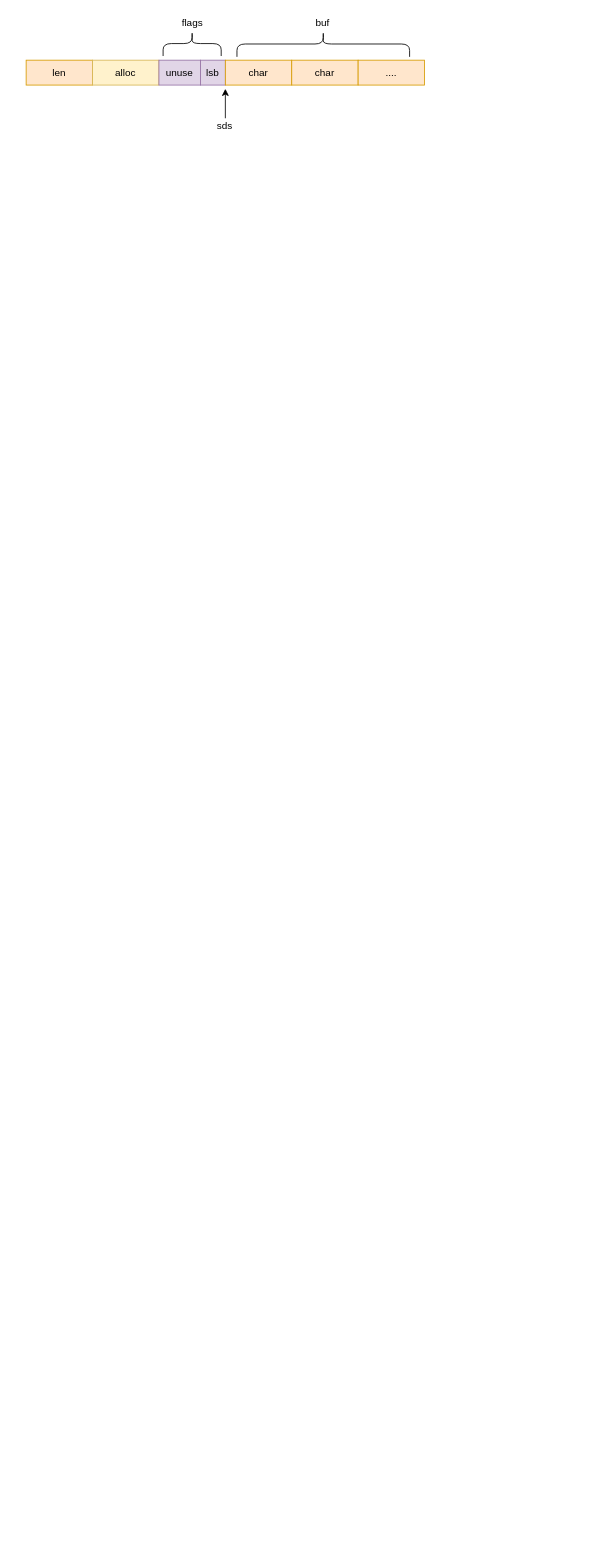
guozhaoxin/redis-src-code keeps this draw.io diagram as objects/uml/sds.drawio. Above is the earlier version. Source tidied: cells renumbered, new cells numbered last; positions are measured from the earlier drawing's top-left corner, leaving out a move shared by most shapes. Both pictures are drawn from the tidied source at 83%, with x=0, y=0 at pixel (26, -43).
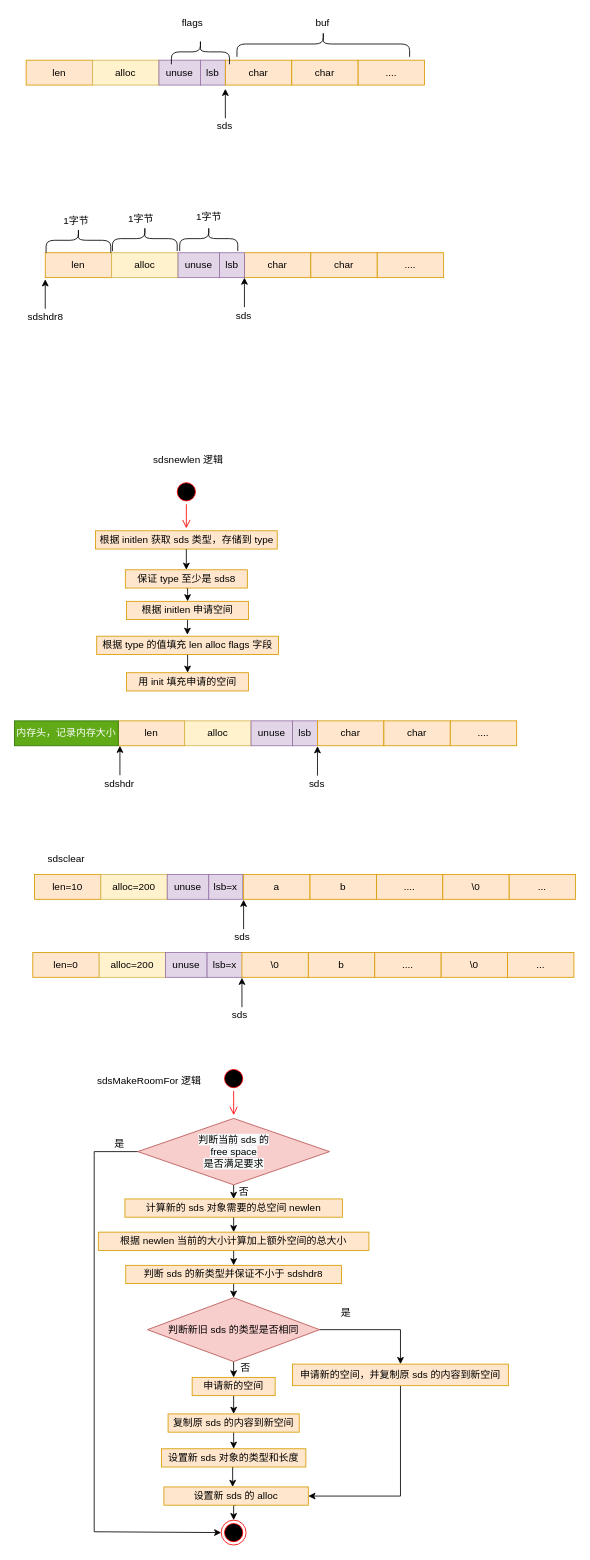
After the change.

Diff of the diagram source:
```diff
@@
     <mxCell id="6" style="shape=curlyBracket;whiteSpace=wrap;html=1;rounded=1;flipH=1;rotation=-90;" parent="1" vertex="1">
-      <mxGeometry x="185" y="69" width="30" height="70" as="geometry" />
+      <mxGeometry x="205" y="304" width="30" height="70" as="geometry" />
     </mxCell>
@@
+    <mxCell id="15" value="len" style="rounded=0;whiteSpace=wrap;html=1;fillColor=#ffe6cc;strokeColor=#d79b00;" parent="1" vertex="1">
+      <mxGeometry x="23" y="356" width="80" height="30" as="geometry" />
+    </mxCell>
+    <mxCell id="16" value="alloc" style="rounded=0;whiteSpace=wrap;html=1;fillColor=#fff2cc;strokeColor=#d6b656;" parent="1" vertex="1">
+      <mxGeometry x="103" y="356" width="80" height="30" as="geometry" />
+    </mxCell>
+    <mxCell id="17" value="unuse" style="rounded=0;whiteSpace=wrap;html=1;fillColor=#e1d5e7;strokeColor=#9673a6;" parent="1" vertex="1">
+      <mxGeometry x="183" y="356" width="50" height="30" as="geometry" />
+    </mxCell>
+    <mxCell id="18" value="char" style="rounded=0;whiteSpace=wrap;html=1;fillColor=#ffe6cc;strokeColor=#d79b00;" parent="1" vertex="1">
+      <mxGeometry x="263" y="356" width="80" height="30" as="geometry" />
+    </mxCell>
+    <mxCell id="19" value="char" style="rounded=0;whiteSpace=wrap;html=1;fillColor=#ffe6cc;strokeColor=#d79b00;" parent="1" vertex="1">
+      <mxGeometry x="343" y="356" width="80" height="30" as="geometry" />
+    </mxCell>
+    <mxCell id="20" value="...." style="rounded=0;whiteSpace=wrap;html=1;fillColor=#ffe6cc;strokeColor=#d79b00;" parent="1" vertex="1">
+      <mxGeometry x="423" y="356" width="80" height="30" as="geometry" />
+    </mxCell>
+    <mxCell id="21" value="lsb" style="rounded=0;whiteSpace=wrap;html=1;fillColor=#e1d5e7;strokeColor=#9673a6;" parent="1" vertex="1">
+      <mxGeometry x="233" y="356" width="30" height="30" as="geometry" />
+    </mxCell>
+    <mxCell id="22" style="endArrow=classic;html=1;rounded=0;" parent="1" edge="1">
+      <mxGeometry relative="1" as="geometry">
+        <mxPoint x="263" y="421.5" as="sourcePoint" />
+        <mxPoint x="263" y="386" as="targetPoint" />
+      </mxGeometry>
+    </mxCell>
+    <mxCell id="23" value="sds" style="text;html=1;align=center;verticalAlign=middle;fillColor=none;strokeColor=none;rounded=0;" parent="1" vertex="1">
+      <mxGeometry x="247" y="421.5" width="30" height="20" as="geometry" />
+    </mxCell>
+    <mxCell id="24" style="shape=curlyBracket;whiteSpace=wrap;html=1;rounded=1;flipH=1;rotation=-90;" parent="1" vertex="1">
+      <mxGeometry x="195" y="79" width="30" height="70" as="geometry" />
+    </mxCell>
+    <mxCell id="25" value="1字节" style="text;html=1;align=center;verticalAlign=middle;strokeColor=none;fillColor=none;" parent="1" vertex="1">
+      <mxGeometry x="199.5" y="304" width="41" height="18" as="geometry" />
+    </mxCell>
+    <mxCell id="26" style="shape=curlyBracket;whiteSpace=wrap;html=1;rounded=1;flipH=1;rotation=-90;" parent="1" vertex="1">
+      <mxGeometry x="48" y="302" width="30" height="78" as="geometry" />
+    </mxCell>
+    <mxCell id="27" value="1字节" style="text;html=1;align=center;verticalAlign=middle;strokeColor=none;fillColor=none;" parent="1" vertex="1">
+      <mxGeometry x="39" y="309" width="41" height="18" as="geometry" />
+    </mxCell>
+    <mxCell id="28" style="shape=curlyBracket;whiteSpace=wrap;html=1;rounded=1;flipH=1;rotation=-90;" parent="1" vertex="1">
+      <mxGeometry x="128" y="300" width="30" height="78" as="geometry" />
+    </mxCell>
+    <mxCell id="29" value="1字节" style="text;html=1;align=center;verticalAlign=middle;strokeColor=none;fillColor=none;" parent="1" vertex="1">
+      <mxGeometry x="117" y="307" width="41" height="18" as="geometry" />
+    </mxCell>
+    <mxCell id="30" style="endArrow=classic;html=1;rounded=0;" parent="1" edge="1">
+      <mxGeometry relative="1" as="geometry">
+        <mxPoint x="23" y="423.5" as="sourcePoint" />
+        <mxPoint x="23" y="388" as="targetPoint" />
+      </mxGeometry>
+    </mxCell>
+    <mxCell id="31" value="sdshdr8" style="text;html=1;align=center;verticalAlign=middle;fillColor=none;strokeColor=none;rounded=0;" parent="1" vertex="1">
+      <mxGeometry x="-4" y="424.5" width="53" height="18" as="geometry" />
+    </mxCell>
+    <mxCell id="32" style="ellipse;html=1;shape=startState;fillColor=#000000;strokeColor=#ff0000;" parent="1" vertex="1">
+      <mxGeometry x="178" y="629" width="30" height="30" as="geometry" />
+    </mxCell>
+    <mxCell id="33" style="edgeStyle=orthogonalEdgeStyle;html=1;verticalAlign=bottom;endArrow=open;endSize=8;strokeColor=#ff0000;rounded=0;" parent="1" edge="1" source="32">
+      <mxGeometry relative="1" as="geometry">
+        <mxPoint x="193" y="688" as="targetPoint" />
+      </mxGeometry>
+    </mxCell>
+    <mxCell id="34" value="根据 initlen 获取 sds 类型，存储到 type" style="rounded=0;whiteSpace=wrap;html=1;fillColor=#ffe6cc;strokeColor=#d79b00;" parent="1" vertex="1">
+      <mxGeometry x="83.5" y="691" width="219" height="22" as="geometry" />
+    </mxCell>
+    <mxCell id="35" style="edgeStyle=orthogonalEdgeStyle;rounded=0;jettySize=auto;html=1;exitX=0.5;exitY=1;exitDx=0;exitDy=0;entryX=0.5;entryY=0;entryDx=0;entryDy=0;" parent="1" edge="1" source="36" target="39">
+      <mxGeometry relative="1" as="geometry" />
+    </mxCell>
+    <mxCell id="36" value="保证 type 至少是 sds8" style="rounded=0;whiteSpace=wrap;html=1;fillColor=#ffe6cc;strokeColor=#d79b00;" parent="1" vertex="1">
+      <mxGeometry x="119.5" y="738" width="147" height="22" as="geometry" />
+    </mxCell>
+    <mxCell id="37" style="endArrow=classic;html=1;rounded=0;exitX=0.5;exitY=1;exitDx=0;exitDy=0;" parent="1" edge="1" source="34" target="36">
+      <mxGeometry relative="1" as="geometry" />
+    </mxCell>
+    <mxCell id="38" style="edgeStyle=orthogonalEdgeStyle;rounded=0;jettySize=auto;html=1;exitX=0.5;exitY=1;exitDx=0;exitDy=0;" parent="1" edge="1" source="39">
+      <mxGeometry relative="1" as="geometry">
+        <mxPoint x="194.2" y="816.3" as="targetPoint" />
+      </mxGeometry>
+    </mxCell>
+    <mxCell id="39" value="根据 initlen 申请空间" style="rounded=0;whiteSpace=wrap;html=1;fillColor=#ffe6cc;strokeColor=#d79b00;" parent="1" vertex="1">
+      <mxGeometry x="121" y="776" width="147" height="22" as="geometry" />
+    </mxCell>
+    <mxCell id="40" value="用 init 填充申请的空间" style="rounded=0;whiteSpace=wrap;html=1;fillColor=#ffe6cc;strokeColor=#d79b00;" parent="1" vertex="1">
+      <mxGeometry x="121" y="862" width="147" height="22" as="geometry" />
+    </mxCell>
+    <mxCell id="41" style="edgeStyle=orthogonalEdgeStyle;rounded=0;jettySize=auto;html=1;exitX=0.5;exitY=1;exitDx=0;exitDy=0;entryX=0.5;entryY=0;entryDx=0;entryDy=0;" parent="1" edge="1" source="42" target="40">
+      <mxGeometry relative="1" as="geometry" />
+    </mxCell>
+    <mxCell id="42" value="根据 type 的值填充 len alloc flags 字段" style="rounded=0;whiteSpace=wrap;html=1;fillColor=#ffe6cc;strokeColor=#d79b00;" parent="1" vertex="1">
+      <mxGeometry x="85" y="818" width="219" height="22" as="geometry" />
+    </mxCell>
+    <mxCell id="43" value="sdsnewlen 逻辑" style="text;html=1;align=center;verticalAlign=middle;strokeColor=none;fillColor=none;" parent="1" vertex="1">
+      <mxGeometry x="148" y="597" width="94" height="18" as="geometry" />
+    </mxCell>
+    <mxCell id="44" value="len" style="rounded=0;whiteSpace=wrap;html=1;fillColor=#ffe6cc;strokeColor=#d79b00;" parent="1" vertex="1">
+      <mxGeometry x="111" y="920" width="80" height="30" as="geometry" />
+    </mxCell>
+    <mxCell id="45" value="alloc" style="rounded=0;whiteSpace=wrap;html=1;fillColor=#fff2cc;strokeColor=#d6b656;" parent="1" vertex="1">
+      <mxGeometry x="191" y="920" width="80" height="30" as="geometry" />
+    </mxCell>
+    <mxCell id="46" value="unuse" style="rounded=0;whiteSpace=wrap;html=1;fillColor=#e1d5e7;strokeColor=#9673a6;" parent="1" vertex="1">
+      <mxGeometry x="271" y="920" width="50" height="30" as="geometry" />
+    </mxCell>
+    <mxCell id="47" value="lsb" style="rounded=0;whiteSpace=wrap;html=1;fillColor=#e1d5e7;strokeColor=#9673a6;" parent="1" vertex="1">
+      <mxGeometry x="321" y="920" width="30" height="30" as="geometry" />
+    </mxCell>
+    <mxCell id="48" value="char" style="rounded=0;whiteSpace=wrap;html=1;fillColor=#ffe6cc;strokeColor=#d79b00;" parent="1" vertex="1">
+      <mxGeometry x="351" y="920" width="80" height="30" as="geometry" />
+    </mxCell>
+    <mxCell id="49" value="char" style="rounded=0;whiteSpace=wrap;html=1;fillColor=#ffe6cc;strokeColor=#d79b00;" parent="1" vertex="1">
+      <mxGeometry x="431" y="920" width="80" height="30" as="geometry" />
+    </mxCell>
+    <mxCell id="50" value="...." style="rounded=0;whiteSpace=wrap;html=1;fillColor=#ffe6cc;strokeColor=#d79b00;" parent="1" vertex="1">
+      <mxGeometry x="511" y="920" width="80" height="30" as="geometry" />
+    </mxCell>
+    <mxCell id="51" style="endArrow=classic;html=1;rounded=0;" parent="1" edge="1">
+      <mxGeometry relative="1" as="geometry">
+        <mxPoint x="351" y="986" as="sourcePoint" />
+        <mxPoint x="351" y="950.5" as="targetPoint" />
+      </mxGeometry>
+    </mxCell>
+    <mxCell id="52" value="sds" style="text;html=1;align=center;verticalAlign=middle;fillColor=none;strokeColor=none;rounded=0;" parent="1" vertex="1">
+      <mxGeometry x="335" y="986" width="30" height="20" as="geometry" />
+    </mxCell>
+    <mxCell id="53" value="内存头，记录内存大小" style="rounded=0;whiteSpace=wrap;html=1;fillColor=#60a917;strokeColor=#2D7600;fontColor=#ffffff;" parent="1" vertex="1">
+      <mxGeometry x="-14" y="920" width="125" height="30" as="geometry" />
+    </mxCell>
+    <mxCell id="54" style="endArrow=classic;html=1;rounded=0;" parent="1" edge="1">
+      <mxGeometry relative="1" as="geometry">
+        <mxPoint x="113" y="985.5" as="sourcePoint" />
+        <mxPoint x="113" y="950" as="targetPoint" />
+      </mxGeometry>
+    </mxCell>
+    <mxCell id="55" value="sdshdr" style="text;html=1;align=center;verticalAlign=middle;fillColor=none;strokeColor=none;rounded=0;" parent="1" vertex="1">
+      <mxGeometry x="89" y="986.5" width="46" height="18" as="geometry" />
+    </mxCell>
+    <mxCell id="56" value="len=10" style="rounded=0;whiteSpace=wrap;html=1;fillColor=#ffe6cc;strokeColor=#d79b00;" parent="1" vertex="1">
+      <mxGeometry x="10" y="1105" width="80" height="30" as="geometry" />
+    </mxCell>
+    <mxCell id="57" value="alloc=200" style="rounded=0;whiteSpace=wrap;html=1;fillColor=#fff2cc;strokeColor=#d6b656;" parent="1" vertex="1">
+      <mxGeometry x="90" y="1105" width="80" height="30" as="geometry" />
+    </mxCell>
+    <mxCell id="58" value="unuse" style="rounded=0;whiteSpace=wrap;html=1;fillColor=#e1d5e7;strokeColor=#9673a6;" parent="1" vertex="1">
+      <mxGeometry x="170" y="1105" width="50" height="30" as="geometry" />
+    </mxCell>
+    <mxCell id="59" value="lsb=x" style="rounded=0;whiteSpace=wrap;html=1;fillColor=#e1d5e7;strokeColor=#9673a6;" parent="1" vertex="1">
+      <mxGeometry x="220" y="1105" width="41" height="30" as="geometry" />
+    </mxCell>
+    <mxCell id="60" value="a" style="rounded=0;whiteSpace=wrap;html=1;fillColor=#ffe6cc;strokeColor=#d79b00;" parent="1" vertex="1">
+      <mxGeometry x="262" y="1105" width="80" height="30" as="geometry" />
+    </mxCell>
+    <mxCell id="61" value="b" style="rounded=0;whiteSpace=wrap;html=1;fillColor=#ffe6cc;strokeColor=#d79b00;" parent="1" vertex="1">
+      <mxGeometry x="342" y="1105" width="80" height="30" as="geometry" />
+    </mxCell>
+    <mxCell id="62" value="...." style="rounded=0;whiteSpace=wrap;html=1;fillColor=#ffe6cc;strokeColor=#d79b00;" parent="1" vertex="1">
+      <mxGeometry x="422" y="1105" width="80" height="30" as="geometry" />
+    </mxCell>
+    <mxCell id="63" style="endArrow=classic;html=1;rounded=0;" parent="1" edge="1">
+      <mxGeometry relative="1" as="geometry">
+        <mxPoint x="262" y="1171" as="sourcePoint" />
+        <mxPoint x="262" y="1135.5" as="targetPoint" />
+      </mxGeometry>
+    </mxCell>
+    <mxCell id="64" value="sds" style="text;html=1;align=center;verticalAlign=middle;fillColor=none;strokeColor=none;rounded=0;" parent="1" vertex="1">
+      <mxGeometry x="245" y="1171" width="30" height="20" as="geometry" />
+    </mxCell>
+    <mxCell id="65" value="\0" style="rounded=0;whiteSpace=wrap;html=1;fillColor=#ffe6cc;strokeColor=#d79b00;" parent="1" vertex="1">
+      <mxGeometry x="502" y="1105" width="80" height="30" as="geometry" />
+    </mxCell>
+    <mxCell id="66" value="..." style="rounded=0;whiteSpace=wrap;html=1;fillColor=#ffe6cc;strokeColor=#d79b00;" parent="1" vertex="1">
+      <mxGeometry x="582" y="1105" width="80" height="30" as="geometry" />
+    </mxCell>
+    <mxCell id="67" value="len=0" style="rounded=0;whiteSpace=wrap;html=1;fillColor=#ffe6cc;strokeColor=#d79b00;" parent="1" vertex="1">
+      <mxGeometry x="8" y="1199" width="80" height="30" as="geometry" />
+    </mxCell>
+    <mxCell id="68" value="alloc=200" style="rounded=0;whiteSpace=wrap;html=1;fillColor=#fff2cc;strokeColor=#d6b656;" parent="1" vertex="1">
+      <mxGeometry x="88" y="1199" width="80" height="30" as="geometry" />
+    </mxCell>
+    <mxCell id="69" value="unuse" style="rounded=0;whiteSpace=wrap;html=1;fillColor=#e1d5e7;strokeColor=#9673a6;" parent="1" vertex="1">
+      <mxGeometry x="168" y="1199" width="50" height="30" as="geometry" />
+    </mxCell>
+    <mxCell id="70" value="lsb=x" style="rounded=0;whiteSpace=wrap;html=1;fillColor=#e1d5e7;strokeColor=#9673a6;" parent="1" vertex="1">
+      <mxGeometry x="218" y="1199" width="43" height="30" as="geometry" />
+    </mxCell>
+    <mxCell id="71" value="\0" style="rounded=0;whiteSpace=wrap;html=1;fillColor=#ffe6cc;strokeColor=#d79b00;" parent="1" vertex="1">
+      <mxGeometry x="260" y="1199" width="80" height="30" as="geometry" />
+    </mxCell>
+    <mxCell id="72" value="b" style="rounded=0;whiteSpace=wrap;html=1;fillColor=#ffe6cc;strokeColor=#d79b00;" parent="1" vertex="1">
+      <mxGeometry x="340" y="1199" width="80" height="30" as="geometry" />
+    </mxCell>
+    <mxCell id="73" value="...." style="rounded=0;whiteSpace=wrap;html=1;fillColor=#ffe6cc;strokeColor=#d79b00;" parent="1" vertex="1">
+      <mxGeometry x="420" y="1199" width="80" height="30" as="geometry" />
+    </mxCell>
+    <mxCell id="74" style="endArrow=classic;html=1;rounded=0;" parent="1" edge="1">
+      <mxGeometry relative="1" as="geometry">
+        <mxPoint x="260" y="1265" as="sourcePoint" />
+        <mxPoint x="260" y="1229.5" as="targetPoint" />
+      </mxGeometry>
+    </mxCell>
+    <mxCell id="75" value="sds" style="text;html=1;align=center;verticalAlign=middle;fillColor=none;strokeColor=none;rounded=0;" parent="1" vertex="1">
+      <mxGeometry x="242" y="1265" width="30" height="20" as="geometry" />
+    </mxCell>
+    <mxCell id="76" value="\0" style="rounded=0;whiteSpace=wrap;html=1;fillColor=#ffe6cc;strokeColor=#d79b00;" parent="1" vertex="1">
+      <mxGeometry x="500" y="1199" width="80" height="30" as="geometry" />
+    </mxCell>
+    <mxCell id="77" value="..." style="rounded=0;whiteSpace=wrap;html=1;fillColor=#ffe6cc;strokeColor=#d79b00;" parent="1" vertex="1">
+      <mxGeometry x="580" y="1199" width="80" height="30" as="geometry" />
+    </mxCell>
+    <mxCell id="78" value="sdsclear" style="text;html=1;align=center;verticalAlign=middle;strokeColor=none;fillColor=none;" parent="1" vertex="1">
+      <mxGeometry x="20.5" y="1077" width="55" height="18" as="geometry" />
+    </mxCell>
+    <mxCell id="79" style="ellipse;html=1;shape=startState;fillColor=#000000;strokeColor=#ff0000;" parent="1" vertex="1">
+      <mxGeometry x="235" y="1336" width="30" height="30" as="geometry" />
+    </mxCell>
+    <mxCell id="80" style="edgeStyle=orthogonalEdgeStyle;html=1;verticalAlign=bottom;endArrow=open;endSize=8;strokeColor=#ff0000;rounded=0;" parent="1" edge="1" source="79">
+      <mxGeometry relative="1" as="geometry">
+        <mxPoint x="250" y="1395" as="targetPoint" />
+      </mxGeometry>
+    </mxCell>
+    <mxCell id="81" value="sdsMakeRoomFor 逻辑" style="text;html=1;align=center;verticalAlign=middle;strokeColor=none;fillColor=none;" parent="1" vertex="1">
+      <mxGeometry x="80" y="1345" width="135" height="18" as="geometry" />
+    </mxCell>
+    <mxCell id="82" style="edgeStyle=orthogonalEdgeStyle;rounded=0;jettySize=auto;html=1;exitX=0.5;exitY=1;exitDx=0;exitDy=0;entryX=0.5;entryY=0;entryDx=0;entryDy=0;" parent="1" edge="1" source="83" target="89">
+      <mxGeometry relative="1" as="geometry" />
+    </mxCell>
+    <mxCell id="83" value="计算新的 sds 对象需要的总空间 newlen" style="rounded=0;whiteSpace=wrap;html=1;fillColor=#ffe6cc;strokeColor=#d79b00;" parent="1" vertex="1">
+      <mxGeometry x="119" y="1496" width="262" height="22" as="geometry" />
+    </mxCell>
+    <mxCell id="84" style="edgeStyle=orthogonalEdgeStyle;rounded=0;jettySize=auto;html=1;exitX=0.5;exitY=1;exitDx=0;exitDy=0;entryX=0.5;entryY=0;entryDx=0;entryDy=0;" parent="1" edge="1" source="86" target="83">
+      <mxGeometry relative="1" as="geometry" />
+    </mxCell>
+    <mxCell id="85" style="edgeStyle=orthogonalEdgeStyle;rounded=0;jettySize=auto;html=1;exitX=0;exitY=0.5;exitDx=0;exitDy=0;entryX=0;entryY=0.5;entryDx=0;entryDy=0;" parent="1" edge="1" source="86" target="87">
+      <mxGeometry relative="1" as="geometry">
+        <Array as="points">
+          <mxPoint x="82" y="1439" />
+          <mxPoint x="82" y="1897" />
+          <mxPoint x="235" y="1897" />
+        </Array>
+      </mxGeometry>
+    </mxCell>
+    <mxCell id="86" value="&lt;span style=&quot;color: rgb(0, 0, 0); font-family: Helvetica; font-size: 12px; font-style: normal; font-variant-ligatures: normal; font-variant-caps: normal; font-weight: 400; letter-spacing: normal; orphans: 2; text-align: center; text-indent: 0px; text-transform: none; widows: 2; word-spacing: 0px; -webkit-text-stroke-width: 0px; background-color: rgb(248, 249, 250); text-decoration-thickness: initial; text-decoration-style: initial; text-decoration-color: initial; float: none; display: inline !important;&quot;&gt;判断当前 sds 的 &lt;br&gt;free space &lt;br&gt;是否满足要求&lt;/span&gt;" style="rhombus;whiteSpace=wrap;html=1;fillColor=#f8cecc;strokeColor=#b85450;" parent="1" vertex="1">
+      <mxGeometry x="134.5" y="1399" width="231" height="80" as="geometry" />
+    </mxCell>
+    <mxCell id="87" style="ellipse;html=1;shape=endState;fillColor=#000000;strokeColor=#ff0000;" parent="1" vertex="1">
+      <mxGeometry x="235" y="1883" width="30" height="30" as="geometry" />
+    </mxCell>
+    <mxCell id="88" style="edgeStyle=orthogonalEdgeStyle;rounded=0;jettySize=auto;html=1;exitX=0.5;exitY=1;exitDx=0;exitDy=0;entryX=0.5;entryY=0;entryDx=0;entryDy=0;" parent="1" edge="1" source="89" target="91">
+      <mxGeometry relative="1" as="geometry" />
+    </mxCell>
+    <mxCell id="89" value="根据 newlen 当前的大小计算加上额外空间的总大小" style="rounded=0;whiteSpace=wrap;html=1;fillColor=#ffe6cc;strokeColor=#d79b00;" parent="1" vertex="1">
+      <mxGeometry x="87" y="1536" width="326" height="22" as="geometry" />
+    </mxCell>
+    <mxCell id="90" style="edgeStyle=orthogonalEdgeStyle;rounded=0;jettySize=auto;html=1;exitX=0.5;exitY=1;exitDx=0;exitDy=0;entryX=0.5;entryY=0;entryDx=0;entryDy=0;" parent="1" edge="1" source="91" target="94">
+      <mxGeometry relative="1" as="geometry" />
+    </mxCell>
+    <mxCell id="91" value="判断 sds 的新类型并保证不小于 sdshdr8" style="rounded=0;whiteSpace=wrap;html=1;fillColor=#ffe6cc;strokeColor=#d79b00;" parent="1" vertex="1">
+      <mxGeometry x="120" y="1576" width="260" height="22" as="geometry" />
+    </mxCell>
+    <mxCell id="92" style="edgeStyle=orthogonalEdgeStyle;rounded=0;jettySize=auto;html=1;exitX=0.5;exitY=1;exitDx=0;exitDy=0;entryX=0.5;entryY=0;entryDx=0;entryDy=0;" parent="1" edge="1" source="94" target="98">
+      <mxGeometry relative="1" as="geometry" />
+    </mxCell>
+    <mxCell id="93" style="edgeStyle=orthogonalEdgeStyle;rounded=0;jettySize=auto;html=1;exitX=1;exitY=0.5;exitDx=0;exitDy=0;entryX=0.5;entryY=0;entryDx=0;entryDy=0;" parent="1" edge="1" source="94" target="96">
+      <mxGeometry relative="1" as="geometry" />
+    </mxCell>
+    <mxCell id="94" value="判断新旧 sds 的类型是否相同" style="rhombus;whiteSpace=wrap;html=1;fillColor=#f8cecc;strokeColor=#b85450;" parent="1" vertex="1">
+      <mxGeometry x="146.2" y="1615" width="207.5" height="77" as="geometry" />
+    </mxCell>
+    <mxCell id="95" style="edgeStyle=orthogonalEdgeStyle;rounded=0;jettySize=auto;html=1;exitX=0.5;exitY=1;exitDx=0;exitDy=0;entryX=1;entryY=0.5;entryDx=0;entryDy=0;" parent="1" edge="1" source="96" target="104">
+      <mxGeometry relative="1" as="geometry" />
+    </mxCell>
+    <mxCell id="96" value="申请新的空间，并复制原 sds 的内容到新空间" style="rounded=0;whiteSpace=wrap;html=1;fillColor=#ffe6cc;strokeColor=#d79b00;" parent="1" vertex="1">
+      <mxGeometry x="321" y="1695" width="260" height="26" as="geometry" />
+    </mxCell>
+    <mxCell id="97" style="edgeStyle=orthogonalEdgeStyle;rounded=0;jettySize=auto;html=1;exitX=0.5;exitY=1;exitDx=0;exitDy=0;entryX=0.5;entryY=0;entryDx=0;entryDy=0;" parent="1" edge="1" source="98" target="100">
+      <mxGeometry relative="1" as="geometry" />
+    </mxCell>
+    <mxCell id="98" value="申请新的空间" style="rounded=0;whiteSpace=wrap;html=1;fillColor=#ffe6cc;strokeColor=#d79b00;" parent="1" vertex="1">
+      <mxGeometry x="200" y="1711" width="100" height="22" as="geometry" />
+    </mxCell>
+    <mxCell id="99" style="edgeStyle=orthogonalEdgeStyle;rounded=0;jettySize=auto;html=1;exitX=0.5;exitY=1;exitDx=0;exitDy=0;entryX=0.5;entryY=0;entryDx=0;entryDy=0;" parent="1" edge="1" source="100" target="102">
+      <mxGeometry relative="1" as="geometry" />
+    </mxCell>
+    <mxCell id="100" value="复制原 sds 的内容到新空间" style="rounded=0;whiteSpace=wrap;html=1;fillColor=#ffe6cc;strokeColor=#d79b00;" parent="1" vertex="1">
+      <mxGeometry x="171" y="1755" width="158" height="22" as="geometry" />
+    </mxCell>
+    <mxCell id="101" style="edgeStyle=orthogonalEdgeStyle;rounded=0;jettySize=auto;html=1;exitX=0.5;exitY=1;exitDx=0;exitDy=0;entryX=0.476;entryY=0;entryDx=0;entryDy=0;entryPerimeter=0;" parent="1" edge="1" source="102" target="104">
+      <mxGeometry relative="1" as="geometry" />
+    </mxCell>
+    <mxCell id="102" value="设置新 sds 对象的类型和长度" style="rounded=0;whiteSpace=wrap;html=1;fillColor=#ffe6cc;strokeColor=#d79b00;" parent="1" vertex="1">
+      <mxGeometry x="163" y="1797" width="174" height="22" as="geometry" />
+    </mxCell>
+    <mxCell id="103" style="edgeStyle=orthogonalEdgeStyle;rounded=0;jettySize=auto;html=1;exitX=0.5;exitY=1;exitDx=0;exitDy=0;entryX=0.5;entryY=0;entryDx=0;entryDy=0;" parent="1" edge="1" source="104" target="87">
+      <mxGeometry relative="1" as="geometry" />
+    </mxCell>
+    <mxCell id="104" value="设置新 sds 的 alloc" style="rounded=0;whiteSpace=wrap;html=1;fillColor=#ffe6cc;strokeColor=#d79b00;" parent="1" vertex="1">
+      <mxGeometry x="166" y="1843" width="174" height="22" as="geometry" />
+    </mxCell>
+    <mxCell id="105" value="是" style="text;html=1;align=center;verticalAlign=middle;strokeColor=none;fillColor=none;" parent="1" vertex="1">
+      <mxGeometry x="101" y="1421" width="22" height="18" as="geometry" />
+    </mxCell>
+    <mxCell id="106" value="否" style="text;html=1;align=center;verticalAlign=middle;strokeColor=none;fillColor=none;" parent="1" vertex="1">
+      <mxGeometry x="251" y="1479" width="22" height="18" as="geometry" />
+    </mxCell>
+    <mxCell id="107" value="是" style="text;html=1;align=center;verticalAlign=middle;strokeColor=none;fillColor=none;" parent="1" vertex="1">
+      <mxGeometry x="374" y="1624" width="22" height="18" as="geometry" />
+    </mxCell>
+    <mxCell id="108" value="否" style="text;html=1;align=center;verticalAlign=middle;strokeColor=none;fillColor=none;" parent="1" vertex="1">
+      <mxGeometry x="253" y="1691" width="22" height="18" as="geometry" />
+    </mxCell>
```
